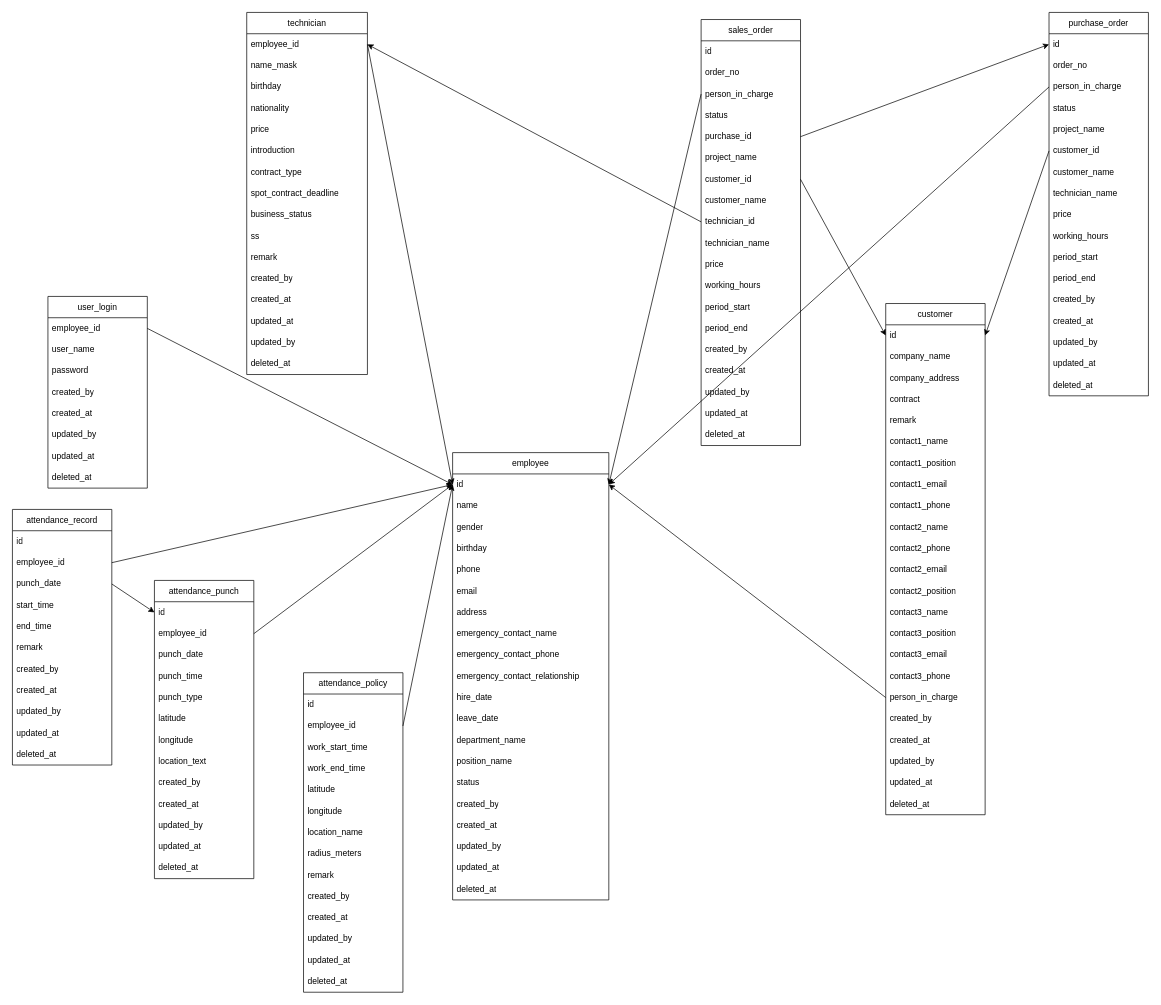
Above: ER.drawio in s1991721/MatchSys (draw.io), before the change. Source tidied: cells renumbered, new cells numbered last; positions are measured from the earlier drawing's top-left corner, leaving out a move shared by most shapes. Both pictures are drawn from the tidied source at 71%, with x=0, y=0 at pixel (12, 12).
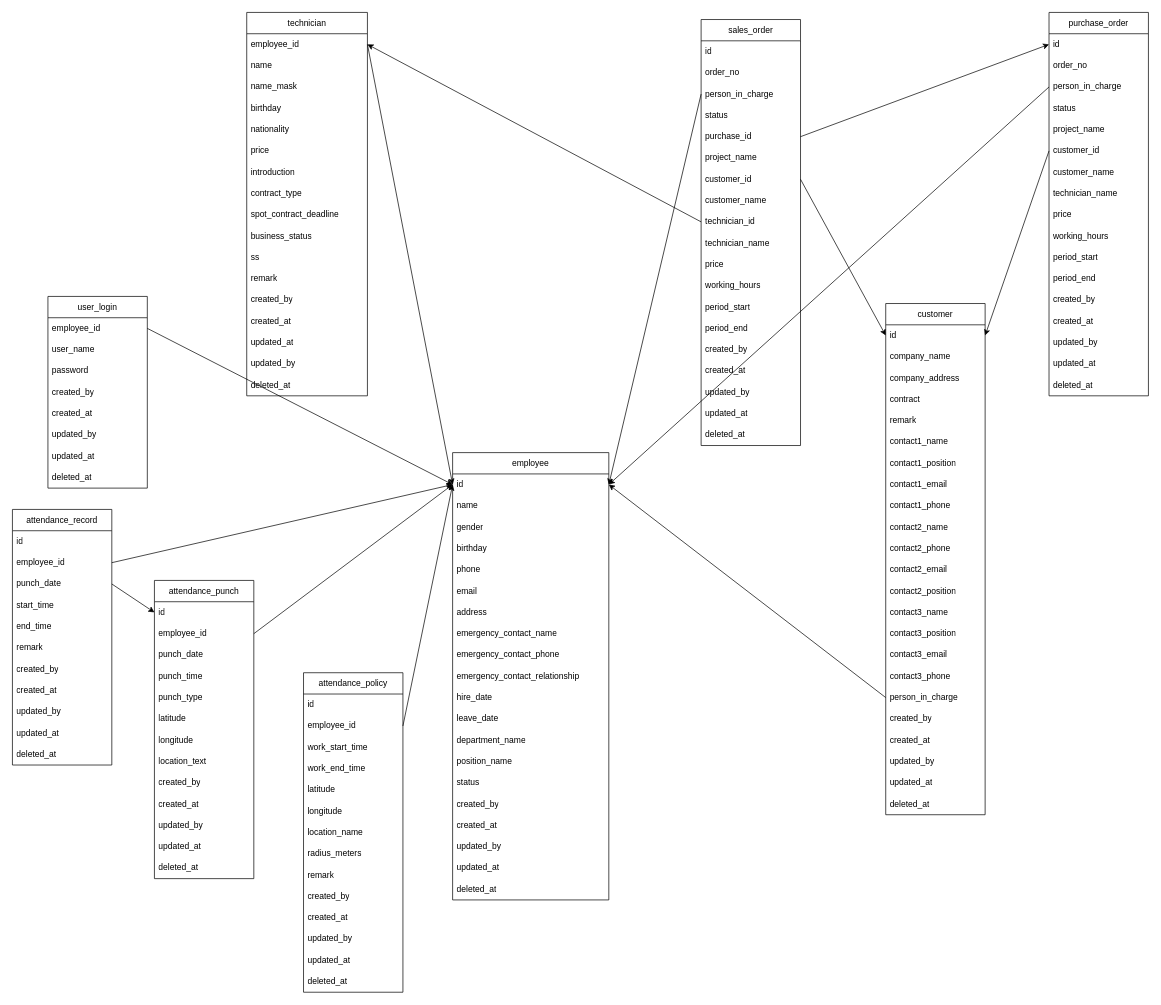
The same page after the edit.

Diff of the diagram source:
```diff
@@
     <mxCell id="32" value="technician" style="swimlane;fontStyle=0;horizontal=1;startSize=30;whiteSpace=wrap;html=1;" parent="1" vertex="1">
-      <mxGeometry x="330" width="170" height="510" as="geometry" />
+      <mxGeometry x="330" width="170" height="540" as="geometry" />
     </mxCell>
@@
+    <mxCell id="165" value="name" style="text;strokeColor=none;fillColor=none;align=left;verticalAlign=middle;spacingLeft=4;spacingRight=4;overflow=hidden;whiteSpace=wrap;html=1;" parent="32" vertex="1">
+      <mxGeometry y="60" width="170" height="30" as="geometry" />
+    </mxCell>
     <mxCell id="34" value="name_mask" style="text;strokeColor=none;fillColor=none;align=left;verticalAlign=middle;spacingLeft=4;spacingRight=4;overflow=hidden;whiteSpace=wrap;html=1;" parent="32" vertex="1">
-      <mxGeometry y="60" width="170" height="30" as="geometry" />
+      <mxGeometry y="90" width="170" height="30" as="geometry" />
     </mxCell>
     <mxCell id="35" value="birthday" style="text;strokeColor=none;fillColor=none;align=left;verticalAlign=middle;spacingLeft=4;spacingRight=4;overflow=hidden;whiteSpace=wrap;html=1;" parent="32" vertex="1">
-      <mxGeometry y="90" width="170" height="30" as="geometry" />
+      <mxGeometry y="120" width="170" height="30" as="geometry" />
     </mxCell>
     <mxCell id="36" value="nationality" style="text;strokeColor=none;fillColor=none;align=left;verticalAlign=middle;spacingLeft=4;spacingRight=4;overflow=hidden;whiteSpace=wrap;html=1;" parent="32" vertex="1">
-      <mxGeometry y="120" width="170" height="30" as="geometry" />
+      <mxGeometry y="150" width="170" height="30" as="geometry" />
     </mxCell>
     <mxCell id="37" value="price" style="text;strokeColor=none;fillColor=none;align=left;verticalAlign=middle;spacingLeft=4;spacingRight=4;overflow=hidden;whiteSpace=wrap;html=1;" parent="32" vertex="1">
-      <mxGeometry y="150" width="170" height="30" as="geometry" />
+      <mxGeometry y="180" width="170" height="30" as="geometry" />
     </mxCell>
     <mxCell id="38" value="introduction" style="text;strokeColor=none;fillColor=none;align=left;verticalAlign=middle;spacingLeft=4;spacingRight=4;overflow=hidden;whiteSpace=wrap;html=1;" parent="32" vertex="1">
-      <mxGeometry y="180" width="170" height="30" as="geometry" />
+      <mxGeometry y="210" width="170" height="30" as="geometry" />
     </mxCell>
     <mxCell id="39" value="contract_type" style="text;strokeColor=none;fillColor=none;align=left;verticalAlign=middle;spacingLeft=4;spacingRight=4;overflow=hidden;whiteSpace=wrap;html=1;" parent="32" vertex="1">
-      <mxGeometry y="210" width="170" height="30" as="geometry" />
+      <mxGeometry y="240" width="170" height="30" as="geometry" />
     </mxCell>
     <mxCell id="40" value="spot_contract_deadline" style="text;strokeColor=none;fillColor=none;align=left;verticalAlign=middle;spacingLeft=4;spacingRight=4;overflow=hidden;whiteSpace=wrap;html=1;" parent="32" vertex="1">
-      <mxGeometry y="240" width="170" height="30" as="geometry" />
+      <mxGeometry y="270" width="170" height="30" as="geometry" />
     </mxCell>
     <mxCell id="41" value="business_status" style="text;strokeColor=none;fillColor=none;align=left;verticalAlign=middle;spacingLeft=4;spacingRight=4;overflow=hidden;whiteSpace=wrap;html=1;" parent="32" vertex="1">
-      <mxGeometry y="270" width="170" height="30" as="geometry" />
+      <mxGeometry y="300" width="170" height="30" as="geometry" />
     </mxCell>
     <mxCell id="42" value="ss" style="text;strokeColor=none;fillColor=none;align=left;verticalAlign=middle;spacingLeft=4;spacingRight=4;overflow=hidden;whiteSpace=wrap;html=1;" parent="32" vertex="1">
-      <mxGeometry y="300" width="170" height="30" as="geometry" />
+      <mxGeometry y="330" width="170" height="30" as="geometry" />
     </mxCell>
     <mxCell id="43" value="remark" style="text;strokeColor=none;fillColor=none;align=left;verticalAlign=middle;spacingLeft=4;spacingRight=4;overflow=hidden;whiteSpace=wrap;html=1;" parent="32" vertex="1">
-      <mxGeometry y="330" width="170" height="30" as="geometry" />
+      <mxGeometry y="360" width="170" height="30" as="geometry" />
     </mxCell>
     <mxCell id="44" value="created_by" style="text;strokeColor=none;fillColor=none;align=left;verticalAlign=middle;spacingLeft=4;spacingRight=4;overflow=hidden;whiteSpace=wrap;html=1;" parent="32" vertex="1">
-      <mxGeometry y="360" width="170" height="30" as="geometry" />
+      <mxGeometry y="390" width="170" height="30" as="geometry" />
     </mxCell>
     <mxCell id="45" value="created_at" style="text;strokeColor=none;fillColor=none;align=left;verticalAlign=middle;spacingLeft=4;spacingRight=4;overflow=hidden;whiteSpace=wrap;html=1;" parent="32" vertex="1">
-      <mxGeometry y="390" width="170" height="30" as="geometry" />
+      <mxGeometry y="420" width="170" height="30" as="geometry" />
     </mxCell>
     <mxCell id="46" value="updated_at" style="text;strokeColor=none;fillColor=none;align=left;verticalAlign=middle;spacingLeft=4;spacingRight=4;overflow=hidden;whiteSpace=wrap;html=1;" parent="32" vertex="1">
-      <mxGeometry y="420" width="170" height="30" as="geometry" />
+      <mxGeometry y="450" width="170" height="30" as="geometry" />
     </mxCell>
     <mxCell id="47" value="updated_by" style="text;strokeColor=none;fillColor=none;align=left;verticalAlign=middle;spacingLeft=4;spacingRight=4;overflow=hidden;whiteSpace=wrap;html=1;" parent="32" vertex="1">
-      <mxGeometry y="450" width="170" height="30" as="geometry" />
+      <mxGeometry y="480" width="170" height="30" as="geometry" />
     </mxCell>
     <mxCell id="48" value="deleted_at" style="text;strokeColor=none;fillColor=none;align=left;verticalAlign=middle;spacingLeft=4;spacingRight=4;overflow=hidden;whiteSpace=wrap;html=1;" parent="32" vertex="1">
-      <mxGeometry y="480" width="170" height="30" as="geometry" />
+      <mxGeometry y="510" width="170" height="30" as="geometry" />
     </mxCell>
```
